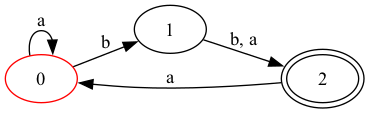
Above: affichage.dot.png in userdigitaldevil/automata (Graphviz), before the change. Its source is kept beside it as affichage.dot.
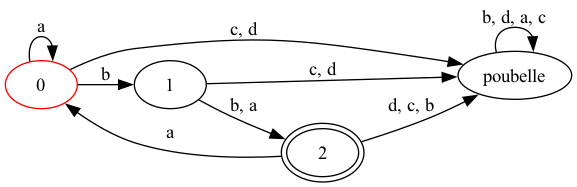
Later version of the same file.

Diff of the diagram source:
```diff
@@ -2,9 +2,14 @@
  rankdir=LR
 0[ label ="0", color=red ];
 0 -> 1 [ label = "b" ];
+0 -> 3 [ label = "c, d" ];
 0 -> 0 [ label = "a" ];
 1[ label ="1",];
 1 -> 2 [ label = "b, a" ];
+1 -> 3 [ label = "c, d" ];
 2[ label ="2",peripheries=2 ];
+2 -> 3 [ label = "d, c, b" ];
 2 -> 0 [ label = "a" ];
+3[ label ="poubelle",];
+3 -> 3 [ label = "b, d, a, c" ];
 }
```
